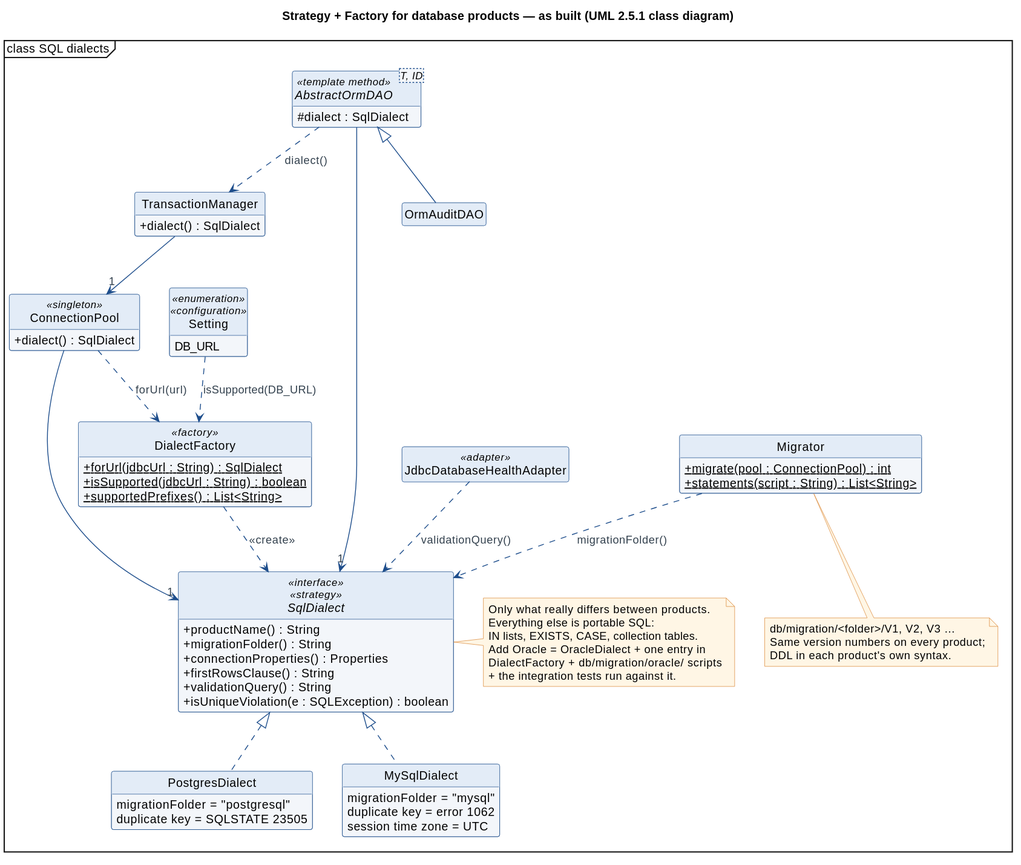
Before: diagrams/svg/27-sql-dialect.svg, a diagram exported from PlantUML (jaricsng/ooad-3tier-job-allocation).
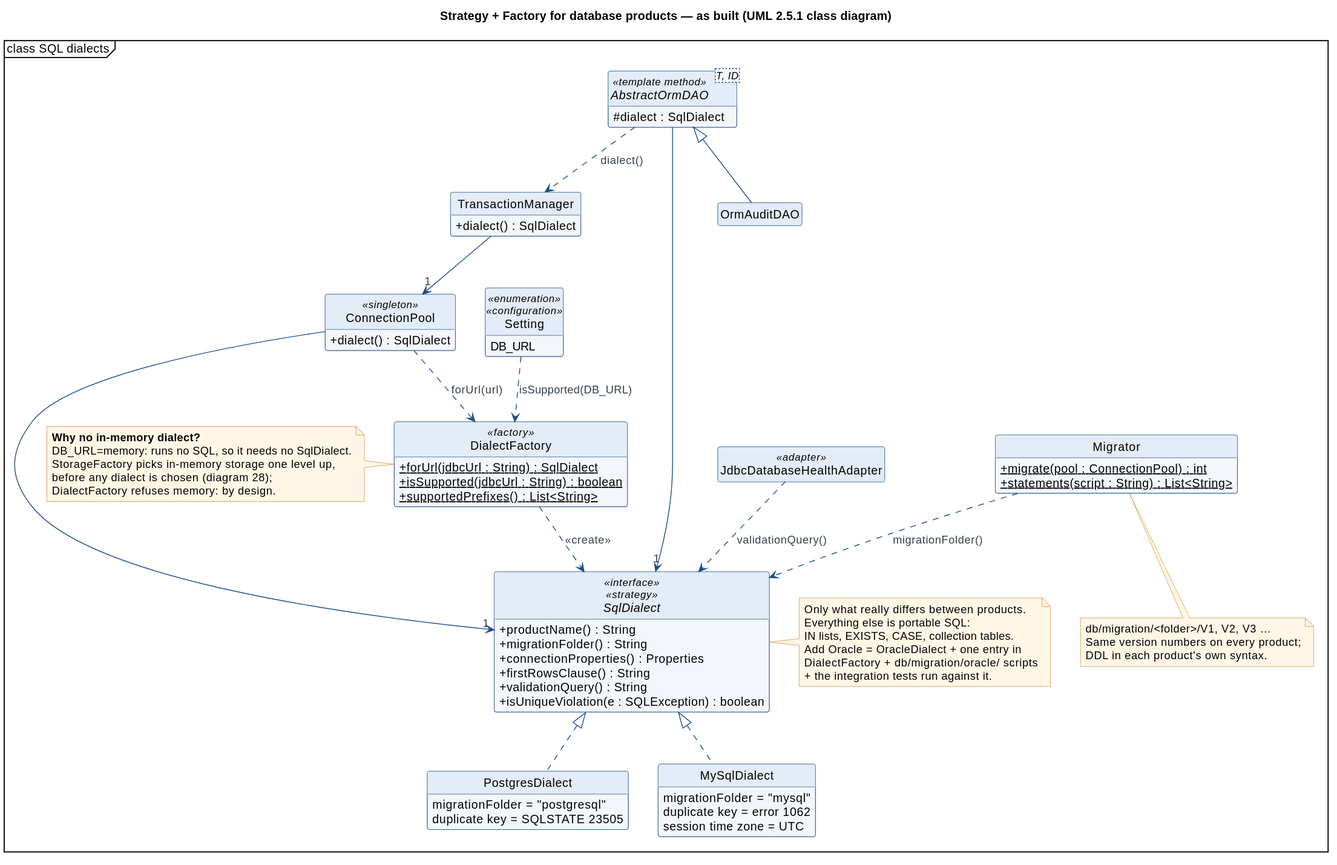
Above is the later version.

Commit message:
docs(uml): explain why in-memory storage has no SQL dialect (diagram 27, slide 42); fix integration test count

What changed in the source:
```diff
@@ -67,6 +67,13 @@
   DialectFactory + db/migration/oracle/ scripts
   + the integration tests run against it.
 end note
+note left of DialectFactory
+  <b>Why no in-memory dialect?</b>
+  DB_URL=memory: runs no SQL, so it needs no SqlDialect.
+  StorageFactory picks in-memory storage one level up,
+  before any dialect is chosen (diagram 28);
+  DialectFactory refuses memory: by design.
+end note
 note bottom of Migrator
   db/migration/<folder>/V1, V2, V3 …
   Same version numbers on every product;
```
